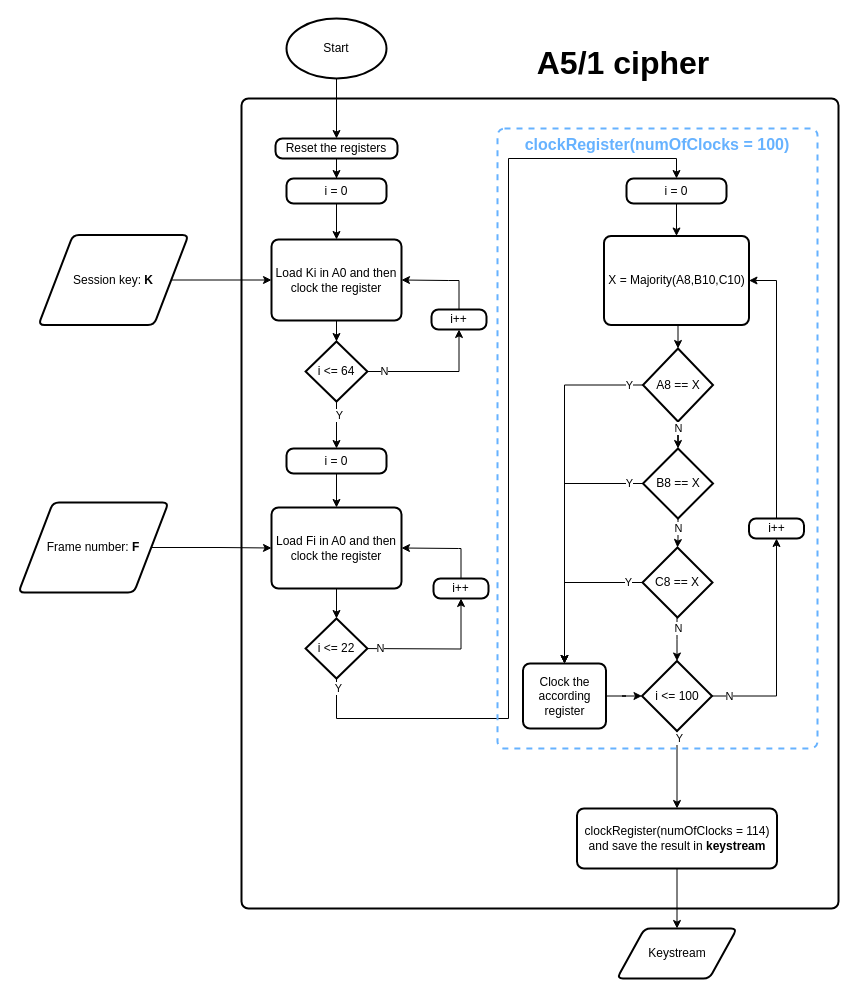
This is A5_1/docs/Behavioral_Diagram.drawio from AndreiSaldorfean/Cryptography, a draw.io file, before an edit. Source tidied: cells renumbered, new cells numbered last; positions are measured from the earlier drawing's top-left corner, leaving out a move shared by most shapes. Both pictures are drawn from the tidied source at 100%, with x=0, y=0 at pixel (18, 18).
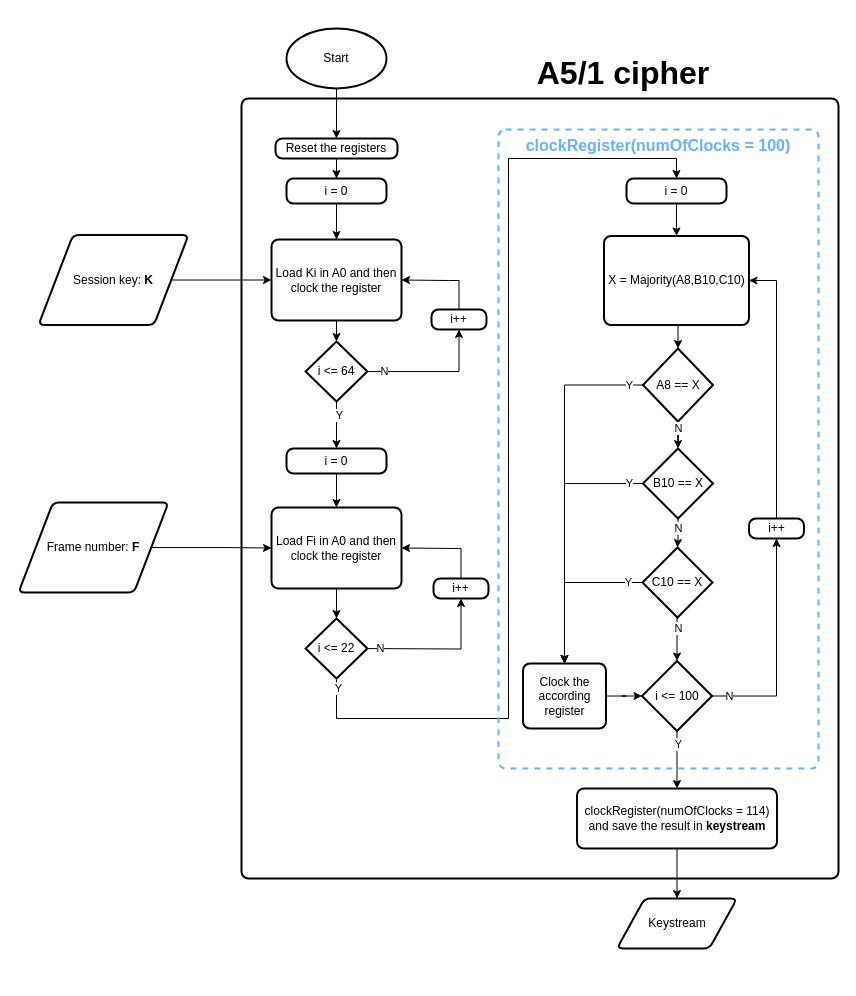
The same diagram, later.

Commit message (it also covers changes not shown here):
Improve logic on diagrams

Unchanged cells that the change refers to:
```xml
<mxCell id="45" value="i &amp;lt;= 100" style="strokeWidth=2;html=1;shape=mxgraph.flowchart.decision;whiteSpace=wrap;" parent="1" vertex="1">
  <mxGeometry x="623.5" y="642.5" width="70" height="70" as="geometry" />
</mxCell>
```

Change to the diagram source:
```diff
@@
     <mxCell id="2" style="rounded=1;whiteSpace=wrap;html=1;absoluteArcSize=1;arcSize=14;strokeWidth=2;" parent="1" vertex="1">
-      <mxGeometry x="223" y="80" width="597" height="810" as="geometry" />
+      <mxGeometry x="223" y="80" width="597" height="780" as="geometry" />
     </mxCell>
@@
     <mxCell id="4" value="Start" style="strokeWidth=2;html=1;shape=mxgraph.flowchart.start_1;whiteSpace=wrap;" parent="1" vertex="1">
-      <mxGeometry x="268" width="100" height="60" as="geometry" />
+      <mxGeometry x="268" y="10" width="100" height="60" as="geometry" />
     </mxCell>
@@
     <mxCell id="6" value="&lt;b&gt;&lt;font style=&quot;font-size: 32px;&quot;&gt;A5/1 cipher&lt;/font&gt;&lt;/b&gt;" style="text;html=1;align=center;verticalAlign=middle;whiteSpace=wrap;rounded=0;" parent="1" vertex="1">
-      <mxGeometry x="390" y="30" width="430" height="30" as="geometry" />
+      <mxGeometry x="390" y="40" width="430" height="30" as="geometry" />
     </mxCell>
@@
     <mxCell id="9" value="Keystream" style="shape=parallelogram;html=1;strokeWidth=2;perimeter=parallelogramPerimeter;whiteSpace=wrap;rounded=1;arcSize=12;size=0.23;" parent="1" vertex="1">
-      <mxGeometry x="598.5" y="910" width="120" height="50" as="geometry" />
+      <mxGeometry x="598.5" y="880" width="120" height="50" as="geometry" />
     </mxCell>
@@
-    <mxCell id="39" value="B8 == X" style="strokeWidth=2;html=1;shape=mxgraph.flowchart.decision;whiteSpace=wrap;" parent="1" vertex="1">
+    <mxCell id="39" value="B10 == X" style="strokeWidth=2;html=1;shape=mxgraph.flowchart.decision;whiteSpace=wrap;" parent="1" vertex="1">
       <mxGeometry x="624.5" y="430" width="70" height="70" as="geometry" />
     </mxCell>
@@
-    <mxCell id="41" value="C8 == X" style="strokeWidth=2;html=1;shape=mxgraph.flowchart.decision;whiteSpace=wrap;" parent="1" vertex="1">
+    <mxCell id="41" value="C10&lt;span style=&quot;background-color: initial;&quot;&gt;&amp;nbsp;== X&lt;/span&gt;" style="strokeWidth=2;html=1;shape=mxgraph.flowchart.decision;whiteSpace=wrap;" parent="1" vertex="1">
       <mxGeometry x="624" y="529" width="70" height="70" as="geometry" />
     </mxCell>
@@
     <mxCell id="43" value="Y" style="edgeStyle=orthogonalEdgeStyle;rounded=0;jettySize=auto;html=1;entryX=0.5;entryY=0;entryDx=0;entryDy=0;" parent="1" edge="1" source="45" target="52">
-      <mxGeometry x="-0.81" y="1" relative="1" as="geometry">
-        <mxPoint x="1" as="offset" />
-      </mxGeometry>
+      <mxGeometry x="-0.55" y="1" relative="1" as="geometry" />
     </mxCell>
@@
     <mxCell id="52" value="clockRegister(numOfClocks = 114)&lt;br&gt;a&lt;span style=&quot;background-color: initial;&quot;&gt;nd save the result in &lt;/span&gt;&lt;b style=&quot;background-color: initial;&quot;&gt;keystream&lt;/b&gt;" style="rounded=1;whiteSpace=wrap;html=1;absoluteArcSize=1;arcSize=14;strokeWidth=2;" parent="1" vertex="1">
-      <mxGeometry x="558.5" y="790" width="200" height="60" as="geometry" />
+      <mxGeometry x="558.5" y="770" width="200" height="60" as="geometry" />
     </mxCell>
     <mxCell id="53" value="&lt;b&gt;&lt;font style=&quot;font-size: 16px;&quot;&gt;clockRegister(numOfClocks = 100)&lt;/font&gt;&lt;/b&gt;" style="rounded=1;whiteSpace=wrap;html=1;absoluteArcSize=1;arcSize=14;strokeWidth=2;fillColor=none;verticalAlign=top;dashed=1;strokeColor=#66B2FF;fontColor=#66B2FF;" parent="1" vertex="1">
-      <mxGeometry x="479" y="110" width="320" height="620" as="geometry" />
+      <mxGeometry x="480" y="111" width="320" height="639" as="geometry" />
     </mxCell>
```
